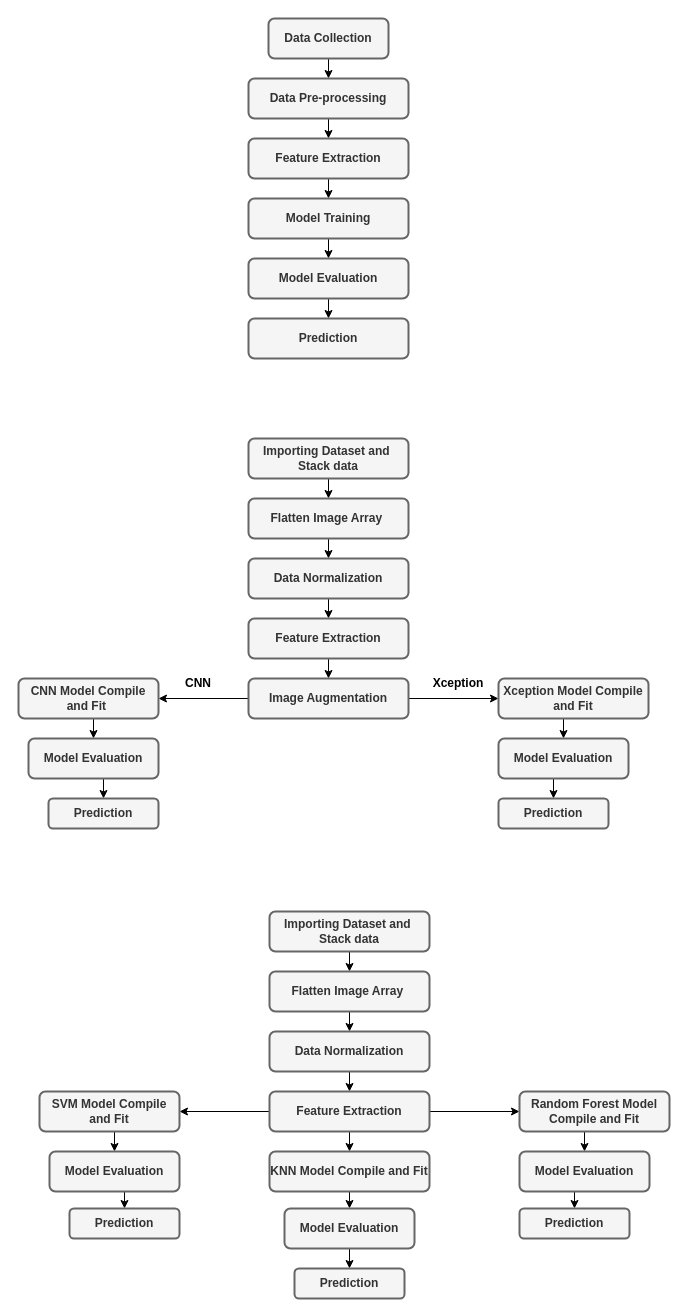
Before: page "Page-1" (1 of 2) of ss/methodology.drawio in StrikerAbir/Steel-Defect-Detection-with-High-Frequency-Camera, a draw.io diagram. Source tidied: cells renumbered, new cells numbered last; positions are measured from the earlier drawing's top-left corner, leaving out a move shared by most shapes. Both pictures are drawn from the tidied source at 100%, with x=0, y=0 at pixel (18, 18).
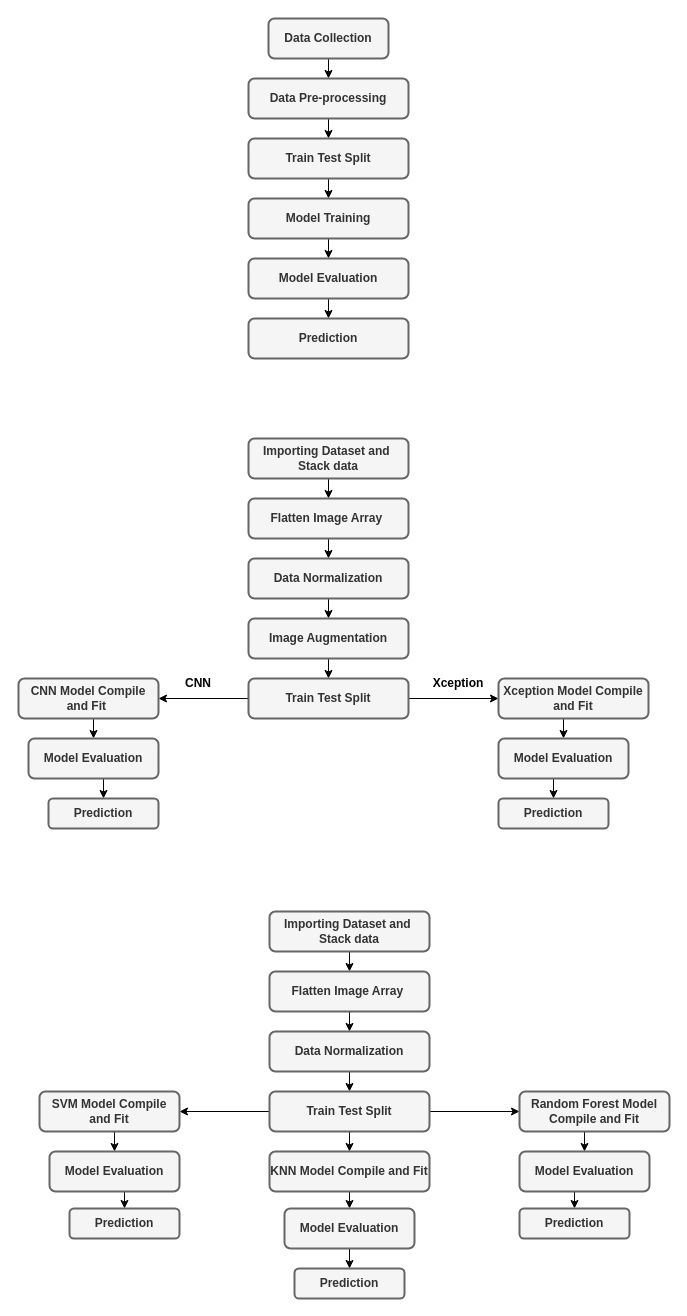
Above is the later version.

Change to the diagram source:
```diff
@@
-    <mxCell id="7" value="Feature Extraction" style="rounded=1;whiteSpace=wrap;html=1;strokeWidth=2;fillColor=#f5f5f5;fontColor=#333333;strokeColor=#666666;fontStyle=1;" parent="1" vertex="1">
+    <mxCell id="7" value="Train Test Split" style="rounded=1;whiteSpace=wrap;html=1;strokeWidth=2;fillColor=#f5f5f5;fontColor=#333333;strokeColor=#666666;fontStyle=1;" parent="1" vertex="1">
       <mxGeometry x="230" y="120" width="160" height="40" as="geometry" />
     </mxCell>
@@
-    <mxCell id="20" value="Feature Extraction" style="rounded=1;whiteSpace=wrap;html=1;strokeWidth=2;fillColor=#f5f5f5;fontColor=#333333;strokeColor=#666666;fontStyle=1;" parent="1" vertex="1">
+    <mxCell id="20" value="Image Augmentation" style="rounded=1;whiteSpace=wrap;html=1;strokeWidth=2;fillColor=#f5f5f5;fontColor=#333333;strokeColor=#666666;fontStyle=1;" parent="1" vertex="1">
       <mxGeometry x="230" y="600" width="160" height="40" as="geometry" />
     </mxCell>
@@
-    <mxCell id="23" value="Image Augmentation" style="rounded=1;whiteSpace=wrap;html=1;strokeWidth=2;fontStyle=1;fillColor=#f5f5f5;fontColor=#333333;strokeColor=#666666;" parent="1" vertex="1">
+    <mxCell id="23" value="Train Test Split" style="rounded=1;whiteSpace=wrap;html=1;strokeWidth=2;fontStyle=1;fillColor=#f5f5f5;fontColor=#333333;strokeColor=#666666;" parent="1" vertex="1">
       <mxGeometry x="230" y="660" width="160" height="40" as="geometry" />
     </mxCell>
@@
-    <mxCell id="45" value="Feature Extraction" style="rounded=1;whiteSpace=wrap;html=1;strokeWidth=2;fillColor=#f5f5f5;fontColor=#333333;strokeColor=#666666;fontStyle=1;" parent="1" vertex="1">
+    <mxCell id="45" value="Train Test Split" style="rounded=1;whiteSpace=wrap;html=1;strokeWidth=2;fillColor=#f5f5f5;fontColor=#333333;strokeColor=#666666;fontStyle=1;" parent="1" vertex="1">
       <mxGeometry x="251" y="1073" width="160" height="40" as="geometry" />
     </mxCell>
```
